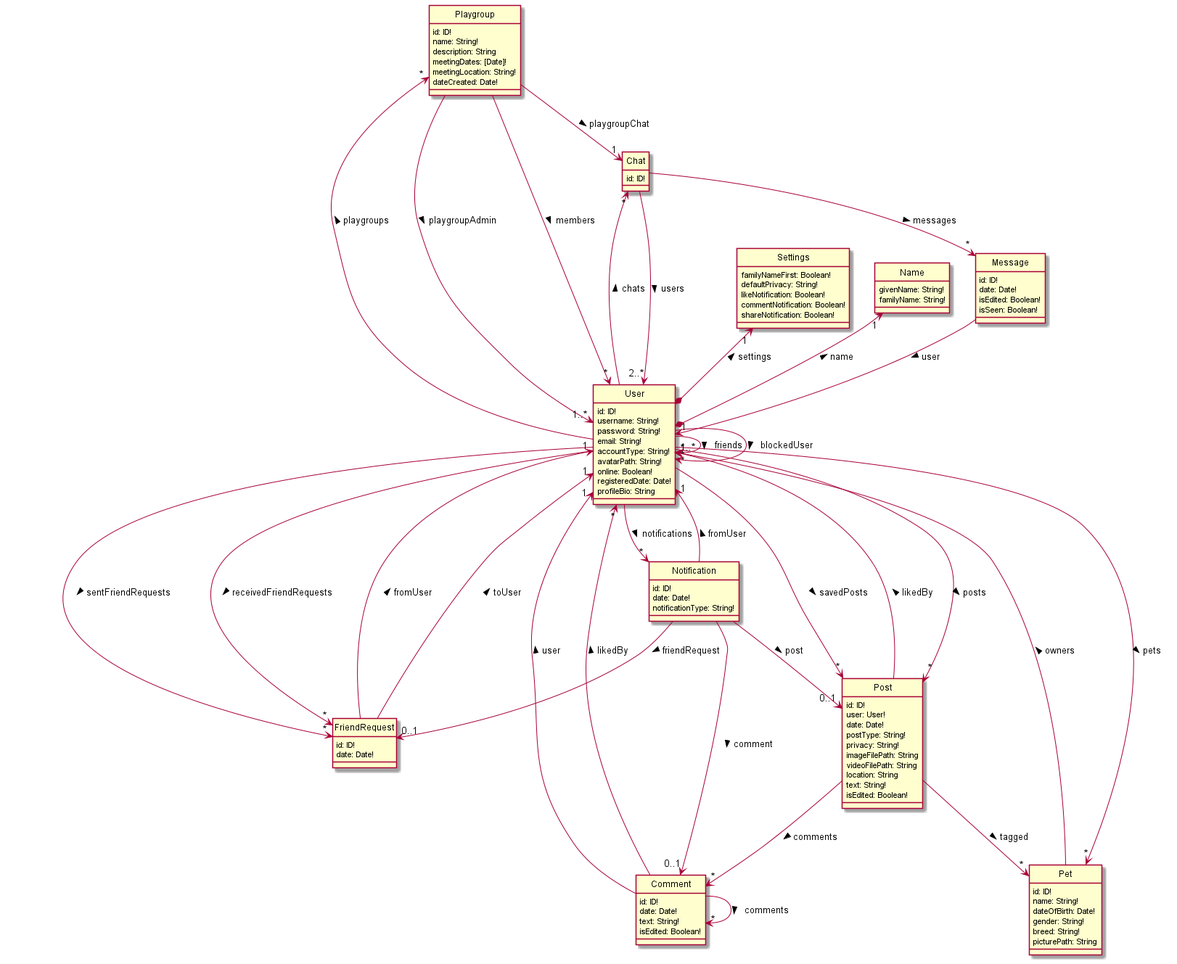
Before: docs/uml/DataSchemaExplicitConnections.png, a diagram exported from PlantUML (bryanwhl/pet-social).
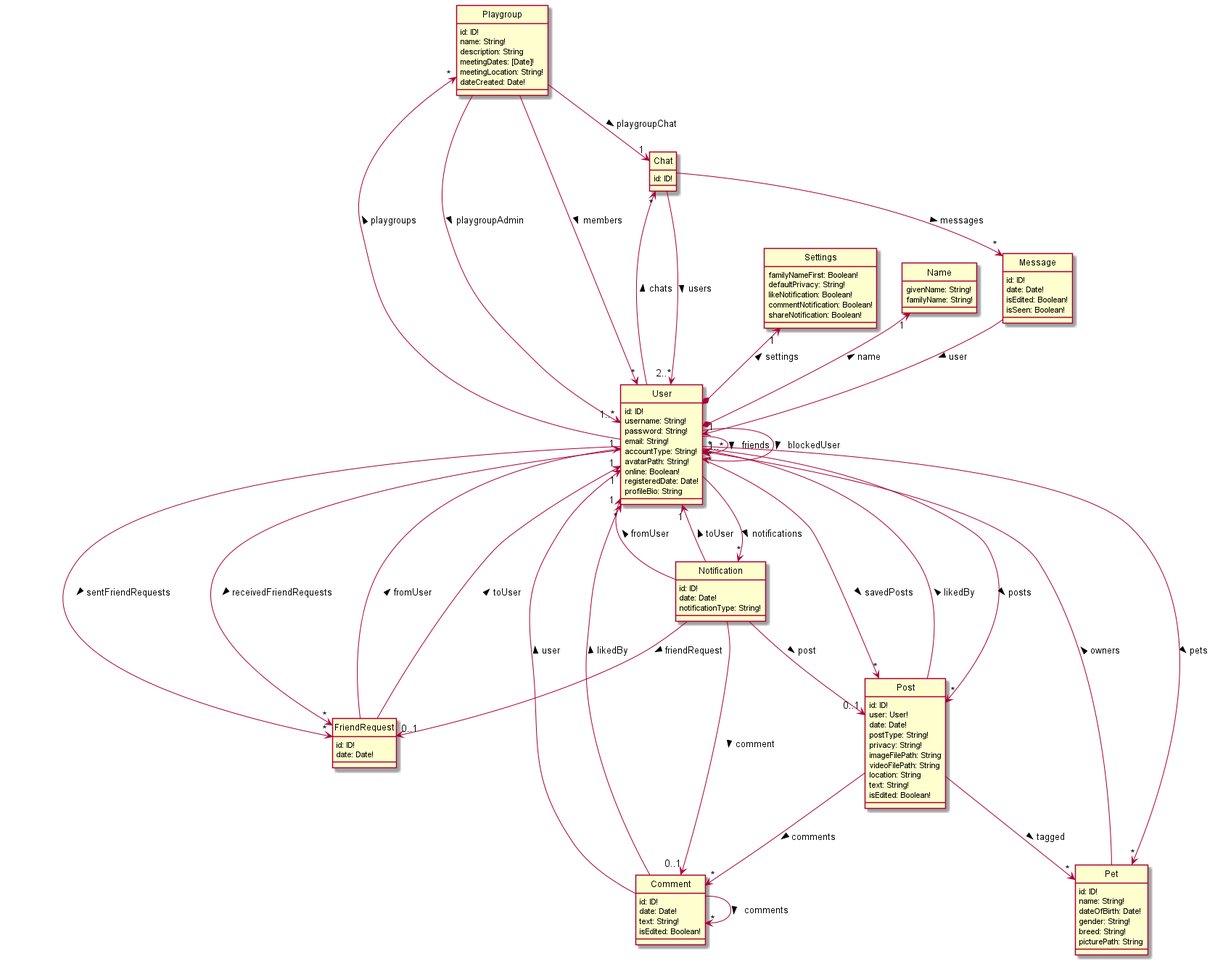
Later version of the same file.

What changed in the source:
```diff
@@ -110,6 +110,7 @@
 
 Notification --> "0..1" Post: post >
 Notification --> "1" User: fromUser >
+Notification --> "1" User: toUser >
 Notification --> "0..1" FriendRequest: friendRequest >
 Notification --> "0..1" Comment: comment >
 
```
